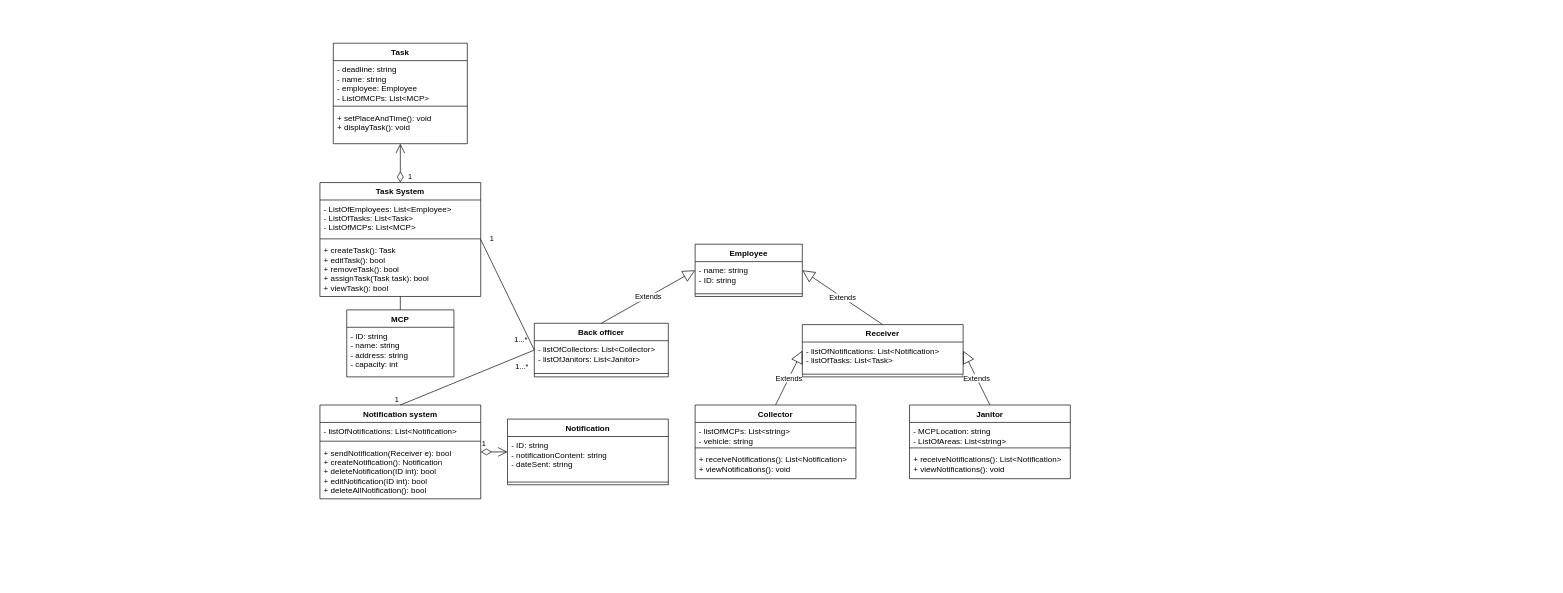
The draw.io diagram page "Task 2.3" (3 of 3) of task2.drawio in thuankhangho/btl-cnpm, before the edit. Source tidied: cells renumbered, new cells numbered last; positions are measured from the earlier drawing's top-left corner, leaving out a move shared by most shapes. Both pictures are drawn from the tidied source at 67%, with x=0, y=0 at pixel (320, 16).
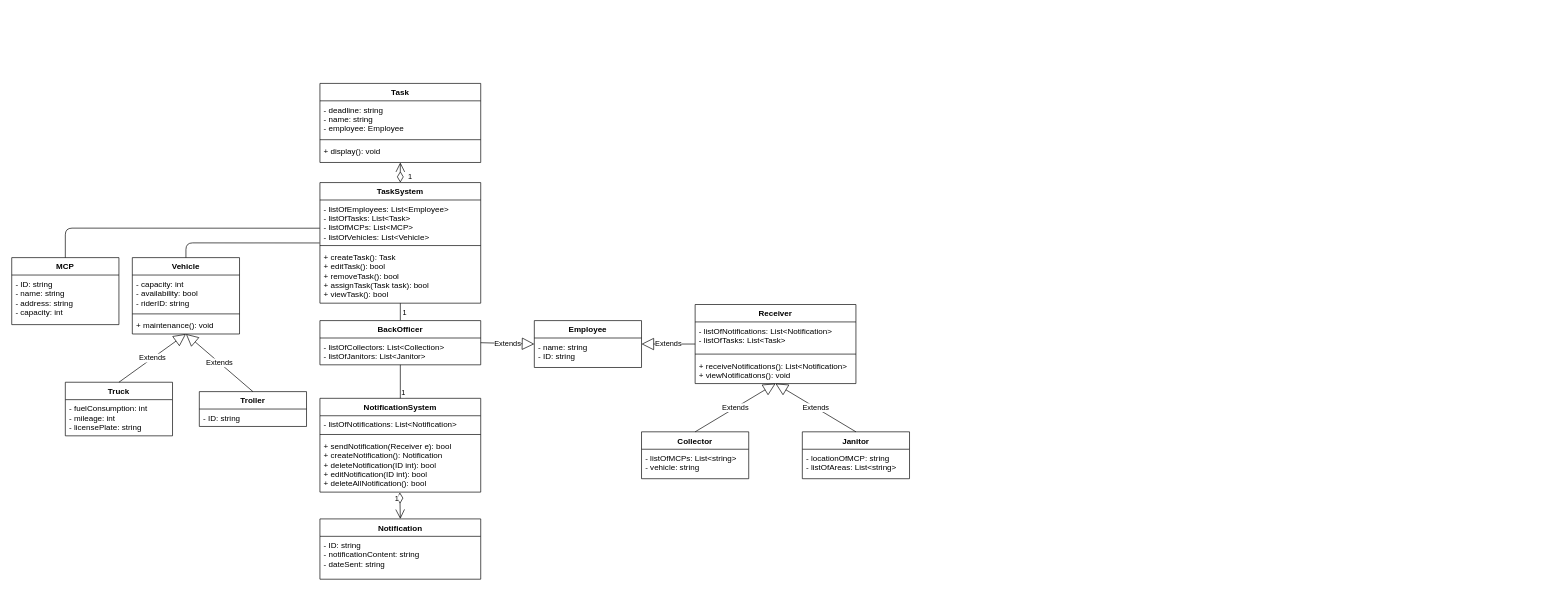
Above is the later version.

Unchanged cells that the change refers to:
```xml
<mxCell id="15" value="- name: string&#10;- ID: string" style="text;strokeColor=none;fillColor=none;align=left;verticalAlign=top;spacingLeft=4;spacingRight=4;overflow=hidden;points=[[0,0.5],[1,0.5]];portConstraint=eastwest;" parent="13" vertex="1">
  <mxGeometry y="26" width="160" height="44" as="geometry" />
</mxCell>
<mxCell id="43" value="+ sendNotification(Receiver e): bool&#10;+ createNotification(): Notification&#10;+ deleteNotification(ID int): bool&#10;+ editNotification(ID int): bool&#10;+ deleteAllNotification(): bool" style="text;strokeColor=none;fillColor=none;align=left;verticalAlign=top;spacingLeft=4;spacingRight=4;overflow=hidden;points=[[0,0.5],[1,0.5]];portConstraint=eastwest;" parent="40" vertex="1">
  <mxGeometry y="58" width="240" height="82" as="geometry" />
</mxCell>
```

Diff of the diagram source:
```diff
@@
     <mxCell id="2" value="Collector" style="swimlane;fontStyle=1;align=center;verticalAlign=top;horizontal=1;startSize=26;" parent="1" vertex="1">
-      <mxGeometry x="560" y="580" width="240" height="110" as="geometry" />
+      <mxGeometry x="480" y="620" width="160" height="70" as="geometry" />
     </mxCell>
     <mxCell id="3" value="- listOfMCPs: List&lt;string&gt;&#10;- vehicle: string" style="text;strokeColor=none;fillColor=none;align=left;verticalAlign=top;spacingLeft=4;spacingRight=4;overflow=hidden;" parent="2" vertex="1">
-      <mxGeometry y="26" width="240" height="34" as="geometry" />
+      <mxGeometry y="26" width="160" height="44" as="geometry" />
     </mxCell>
-    <mxCell id="4" style="line;strokeWidth=1;fillColor=none;align=left;verticalAlign=middle;spacingTop=-1;spacingLeft=3;spacingRight=3;labelPosition=right;" parent="2" vertex="1">
-      <mxGeometry y="60" width="240" height="8" as="geometry" />
-    </mxCell>
-    <mxCell id="5" value="+ receiveNotifications(): List&lt;Notification&gt;&#10;+ viewNotifications(): void" style="text;strokeColor=none;fillColor=none;align=left;verticalAlign=top;spacingLeft=4;spacingRight=4;overflow=hidden;" parent="2" vertex="1">
-      <mxGeometry y="68" width="240" height="42" as="geometry" />
-    </mxCell>
     <mxCell id="6" value="Janitor" style="swimlane;fontStyle=1;align=center;verticalAlign=top;horizontal=1;startSize=26;" parent="1" vertex="1">
-      <mxGeometry x="880" y="580" width="240" height="110" as="geometry" />
+      <mxGeometry x="720" y="620" width="160" height="70" as="geometry" />
     </mxCell>
-    <mxCell id="7" value="- MCPLocation: string&#10;- ListOfAreas: List&lt;string&gt;" style="text;strokeColor=none;fillColor=none;align=left;verticalAlign=top;spacingLeft=4;spacingRight=4;overflow=hidden;" parent="6" vertex="1">
-      <mxGeometry y="26" width="240" height="34" as="geometry" />
+    <mxCell id="7" value="- locationOfMCP: string&#10;- listOfAreas: List&lt;string&gt;" style="text;strokeColor=none;fillColor=none;align=left;verticalAlign=top;spacingLeft=4;spacingRight=4;overflow=hidden;" parent="6" vertex="1">
+      <mxGeometry y="26" width="160" height="44" as="geometry" />
     </mxCell>
-    <mxCell id="8" style="line;strokeWidth=1;fillColor=none;align=left;verticalAlign=middle;spacingTop=-1;spacingLeft=3;spacingRight=3;labelPosition=right;" parent="6" vertex="1">
-      <mxGeometry y="60" width="240" height="8" as="geometry" />
-    </mxCell>
-    <mxCell id="9" value="+ receiveNotifications(): List&lt;Notification&gt;&#10;+ viewNotifications(): void" style="text;strokeColor=none;fillColor=none;align=left;verticalAlign=top;spacingLeft=4;spacingRight=4;overflow=hidden;" parent="6" vertex="1">
-      <mxGeometry y="68" width="240" height="42" as="geometry" />
-    </mxCell>
-    <mxCell id="10" value="Back officer" style="swimlane;fontStyle=1;align=center;verticalAlign=top;horizontal=1;startSize=26;" parent="1" vertex="1">
-      <mxGeometry x="320" y="458" width="200" height="80" as="geometry" />
-    </mxCell>
-    <mxCell id="11" value="- listOfCollectors: List&lt;Collector&gt;&#10;- listOfJanitors: List&lt;Janitor&gt;" style="text;strokeColor=none;fillColor=none;align=left;verticalAlign=top;spacingLeft=4;spacingRight=4;overflow=hidden;" parent="10" vertex="1">
-      <mxGeometry y="26" width="200" height="44" as="geometry" />
-    </mxCell>
-    <mxCell id="12" style="line;strokeWidth=1;fillColor=none;align=left;verticalAlign=middle;spacingTop=-1;spacingLeft=3;spacingRight=3;labelPosition=right;" parent="10" vertex="1">
-      <mxGeometry y="70" width="200" height="10" as="geometry" />
-    </mxCell>
     <mxCell id="13" value="Employee" style="swimlane;fontStyle=1;align=center;verticalAlign=top;horizontal=1;startSize=26;" parent="1" vertex="1">
-      <mxGeometry x="560" y="340" width="160" height="78" as="geometry" />
+      <mxGeometry x="320" y="454" width="160" height="70" as="geometry" />
     </mxCell>
-    <mxCell id="14" style="edgeStyle=none;html=1;exitX=1;exitY=0.5;exitDx=0;exitDy=0;" parent="13" edge="1" source="15">
+    <mxCell id="14" style="edgeStyle=none;html=1;exitX=1;exitY=0.5;exitDx=0;exitDy=0;" parent="13" edge="1">
       <mxGeometry relative="1" as="geometry">
-        <mxPoint x="160.7" y="48" as="targetPoint" />
+        <mxPoint x="140" y="48" as="sourcePoint" />
+        <mxPoint x="140.7" y="48" as="targetPoint" />
       </mxGeometry>
     </mxCell>
@@
-    <mxCell id="16" style="line;strokeWidth=1;fillColor=none;align=left;verticalAlign=middle;spacingTop=-1;spacingLeft=3;spacingRight=3;labelPosition=right;" parent="13" vertex="1">
-      <mxGeometry y="70" width="160" height="8" as="geometry" />
-    </mxCell>
-    <mxCell id="17" value="Extends" style="endArrow=block;endSize=16;endFill=0;html=1;exitX=0.5;exitY=0;exitDx=0;exitDy=0;entryX=0;entryY=0.5;entryDx=0;entryDy=0;" parent="1" edge="1" source="10" target="13">
+    <mxCell id="17" value="Extends" style="endArrow=block;endSize=16;endFill=0;html=1;exitX=1;exitY=0.5;exitDx=0;exitDy=0;entryX=0;entryY=0.5;entryDx=0;entryDy=0;" parent="1" edge="1" source="62" target="13">
       <mxGeometry relative="1" as="geometry" />
     </mxCell>
-    <mxCell id="18" value="Receiver" style="swimlane;fontStyle=1;align=center;verticalAlign=top;horizontal=1;startSize=26;" parent="1" vertex="1">
-      <mxGeometry x="720" y="460" width="240" height="78" as="geometry" />
-    </mxCell>
-    <mxCell id="19" value="- listOfNotifications: List&lt;Notification&gt;&#10;- listOfTasks: List&lt;Task&gt;" style="text;strokeColor=none;fillColor=none;align=left;verticalAlign=top;spacingLeft=4;spacingRight=4;overflow=hidden;" parent="18" vertex="1">
-      <mxGeometry y="26" width="240" height="44" as="geometry" />
-    </mxCell>
-    <mxCell id="20" style="line;strokeWidth=1;fillColor=none;align=left;verticalAlign=middle;spacingTop=-1;spacingLeft=3;spacingRight=3;labelPosition=right;" parent="18" vertex="1">
-      <mxGeometry y="70" width="240" height="8" as="geometry" />
-    </mxCell>
-    <mxCell id="21" value="Extends" style="endArrow=block;endSize=16;endFill=0;html=1;exitX=0.5;exitY=0;exitDx=0;exitDy=0;entryX=1;entryY=0.5;entryDx=0;entryDy=0;" parent="1" edge="1" source="18" target="13">
+    <mxCell id="21" value="Extends" style="endArrow=block;endSize=16;endFill=0;html=1;entryX=1;entryY=0.5;entryDx=0;entryDy=0;exitX=0;exitY=0.5;exitDx=0;exitDy=0;" parent="1" edge="1" source="18" target="13">
       <mxGeometry relative="1" as="geometry" />
     </mxCell>
-    <mxCell id="22" value="Extends" style="endArrow=block;endSize=16;endFill=0;html=1;exitX=0.5;exitY=0;exitDx=0;exitDy=0;entryX=0;entryY=0.5;entryDx=0;entryDy=0;" parent="1" edge="1" source="2" target="18">
+    <mxCell id="22" value="Extends" style="endArrow=block;endSize=16;endFill=0;html=1;exitX=0.5;exitY=0;exitDx=0;exitDy=0;entryX=0.5;entryY=1;entryDx=0;entryDy=0;" parent="1" edge="1" source="2" target="18">
       <mxGeometry relative="1" as="geometry" />
     </mxCell>
-    <mxCell id="23" value="Extends" style="endArrow=block;endSize=16;endFill=0;html=1;exitX=0.5;exitY=0;exitDx=0;exitDy=0;entryX=1;entryY=0.5;entryDx=0;entryDy=0;" parent="1" edge="1" source="6" target="18">
+    <mxCell id="23" value="Extends" style="endArrow=block;endSize=16;endFill=0;html=1;exitX=0.5;exitY=0;exitDx=0;exitDy=0;entryX=0.5;entryY=1;entryDx=0;entryDy=0;" parent="1" edge="1" source="6" target="18">
       <mxGeometry relative="1" as="geometry" />
     </mxCell>
     <mxCell id="24" value="Task" style="swimlane;fontStyle=1;align=center;verticalAlign=top;horizontal=1;startSize=26;" parent="1" vertex="1">
-      <mxGeometry x="20" y="40" width="200" height="150" as="geometry" />
+      <mxGeometry y="100" width="240" height="118" as="geometry" />
     </mxCell>
-    <mxCell id="25" value="- deadline: string&#10;- name: string&#10;- employee: Employee&#10;- ListOfMCPs: List&lt;MCP&gt;" style="text;strokeColor=none;fillColor=none;align=left;verticalAlign=top;spacingLeft=4;spacingRight=4;overflow=hidden;" parent="24" vertex="1">
-      <mxGeometry y="26" width="200" height="64" as="geometry" />
+    <mxCell id="25" value="- deadline: string&#10;- name: string&#10;- employee: Employee" style="text;strokeColor=none;fillColor=none;align=left;verticalAlign=top;spacingLeft=4;spacingRight=4;overflow=hidden;" parent="24" vertex="1">
+      <mxGeometry y="26" width="240" height="54" as="geometry" />
     </mxCell>
     <mxCell id="26" style="line;strokeWidth=1;fillColor=none;align=left;verticalAlign=middle;spacingTop=-1;spacingLeft=3;spacingRight=3;labelPosition=right;" parent="24" vertex="1">
-      <mxGeometry y="90" width="200" height="8" as="geometry" />
+      <mxGeometry y="80" width="240" height="8" as="geometry" />
     </mxCell>
-    <mxCell id="27" value="+ setPlaceAndTime(): void&#10;+ displayTask(): void" style="text;strokeColor=none;fillColor=none;align=left;verticalAlign=top;spacingLeft=4;spacingRight=4;overflow=hidden;" parent="24" vertex="1">
-      <mxGeometry y="98" width="200" height="52" as="geometry" />
+    <mxCell id="27" value="+ display(): void&#10;" style="text;strokeColor=none;fillColor=none;align=left;verticalAlign=top;spacingLeft=4;spacingRight=4;overflow=hidden;" parent="24" vertex="1">
+      <mxGeometry y="88" width="240" height="30" as="geometry" />
     </mxCell>
     <mxCell id="28" value="MCP" style="swimlane;fontStyle=1;horizontal=1;startSize=26;fillColor=none;" parent="1" vertex="1">
-      <mxGeometry x="40" y="438" width="160" height="100" as="geometry" />
+      <mxGeometry x="-460" y="360" width="160" height="100" as="geometry" />
     </mxCell>
@@
-    <mxCell id="30" value="Task System" style="swimlane;fontStyle=1;align=center;verticalAlign=top;horizontal=1;startSize=26;" parent="1" vertex="1">
-      <mxGeometry y="248" width="240" height="170" as="geometry" />
+    <mxCell id="30" value="TaskSystem" style="swimlane;fontStyle=1;align=center;verticalAlign=top;horizontal=1;startSize=26;" parent="1" vertex="1">
+      <mxGeometry y="248" width="240" height="180" as="geometry" />
     </mxCell>
-    <mxCell id="31" value="- ListOfEmployees: List&lt;Employee&gt;&#10;- ListOfTasks: List&lt;Task&gt;&#10;- ListOfMCPs: List&lt;MCP&gt;" style="text;strokeColor=none;fillColor=none;align=left;verticalAlign=top;spacingLeft=4;spacingRight=4;overflow=hidden;points=[[0,0.5],[1,0.5]];portConstraint=eastwest;" parent="30" vertex="1">
-      <mxGeometry y="26" width="240" height="54" as="geometry" />
+    <mxCell id="31" value="- listOfEmployees: List&lt;Employee&gt;&#10;- listOfTasks: List&lt;Task&gt;&#10;- listOfMCPs: List&lt;MCP&gt;&#10;- listOfVehicles: List&lt;Vehicle&gt;" style="text;strokeColor=none;fillColor=none;align=left;verticalAlign=top;spacingLeft=4;spacingRight=4;overflow=hidden;points=[[0,0.5],[1,0.5]];portConstraint=eastwest;" parent="30" vertex="1">
+      <mxGeometry y="26" width="240" height="64" as="geometry" />
     </mxCell>
     <mxCell id="32" style="line;strokeWidth=1;fillColor=none;align=left;verticalAlign=middle;spacingTop=-1;spacingLeft=3;spacingRight=3;labelPosition=right;" parent="30" vertex="1">
-      <mxGeometry y="80" width="240" height="8" as="geometry" />
+      <mxGeometry y="90" width="240" height="8" as="geometry" />
     </mxCell>
     <mxCell id="33" value="+ createTask(): Task&#10;+ editTask(): bool&#10;+ removeTask(): bool&#10;+ assignTask(Task task): bool&#10;+ viewTask(): bool" style="text;strokeColor=none;fillColor=none;align=left;verticalAlign=top;spacingLeft=4;spacingRight=4;overflow=hidden;" parent="30" vertex="1">
-      <mxGeometry y="88" width="240" height="82" as="geometry" />
+      <mxGeometry y="98" width="240" height="82" as="geometry" />
     </mxCell>
-    <mxCell id="34" style="endArrow=none;html=1;exitX=0.5;exitY=0;exitDx=0;exitDy=0;entryX=0.5;entryY=1;entryDx=0;entryDy=0;" parent="1" edge="1" source="28" target="30">
-      <mxGeometry relative="1" as="geometry" />
+    <mxCell id="34" style="endArrow=none;html=1;exitX=0.5;exitY=0;exitDx=0;exitDy=0;entryX=-0.001;entryY=0.658;entryDx=0;entryDy=0;entryPerimeter=0;" parent="1" edge="1" source="28" target="31">
+      <mxGeometry relative="1" as="geometry">
+        <Array as="points">
+          <mxPoint x="-380" y="316" />
+        </Array>
+      </mxGeometry>
     </mxCell>
-    <mxCell id="35" style="endArrow=classic;html=1;strokeColor=none;" parent="1" edge="1">
-      <mxGeometry relative="1" as="geometry">
-        <mxPoint x="1780" y="50" as="sourcePoint" />
-        <mxPoint x="1830" as="targetPoint" />
-      </mxGeometry>
-    </mxCell>
@@
     <mxCell id="37" value="Notification" style="swimlane;fontStyle=1;align=center;verticalAlign=top;horizontal=1;startSize=26;" parent="1" vertex="1">
-      <mxGeometry x="280" y="601" width="240" height="98" as="geometry" />
+      <mxGeometry y="750" width="240" height="90" as="geometry" />
     </mxCell>
@@
-    <mxCell id="39" style="line;strokeWidth=1;fillColor=none;align=left;verticalAlign=middle;spacingTop=-1;spacingLeft=3;spacingRight=3;labelPosition=right;" parent="37" vertex="1">
-      <mxGeometry y="90" width="240" height="8" as="geometry" />
-    </mxCell>
-    <mxCell id="40" value="Notification system" style="swimlane;fontStyle=1;align=center;verticalAlign=top;horizontal=1;startSize=26;" parent="1" vertex="1">
-      <mxGeometry y="580" width="240" height="140" as="geometry" />
+    <mxCell id="40" value="NotificationSystem" style="swimlane;fontStyle=1;align=center;verticalAlign=top;horizontal=1;startSize=26;" parent="1" vertex="1">
+      <mxGeometry y="570" width="240" height="140" as="geometry" />
     </mxCell>
@@
-    <mxCell id="44" value="1" style="endArrow=open;html=1;endSize=12;startArrow=diamondThin;startSize=14;startFill=0;align=left;verticalAlign=bottom;exitX=1;exitY=0.5;exitDx=0;exitDy=0;entryX=0;entryY=0.5;entryDx=0;entryDy=0;" parent="1" edge="1" source="40" target="37">
-      <mxGeometry x="-1" y="3" relative="1" as="geometry" />
+    <mxCell id="44" value="1" style="endArrow=open;html=1;endSize=12;startArrow=diamondThin;startSize=14;startFill=0;align=left;verticalAlign=bottom;entryX=0.5;entryY=0;entryDx=0;entryDy=0;exitX=0.497;exitY=1.006;exitDx=0;exitDy=0;exitPerimeter=0;" parent="1" edge="1" source="43" target="37">
+      <mxGeometry x="-0.11" y="-10" relative="1" as="geometry" />
     </mxCell>
-    <mxCell id="45" style="endArrow=none;html=1;exitX=0.5;exitY=0;exitDx=0;exitDy=0;entryX=0;entryY=0.5;entryDx=0;entryDy=0;" parent="1" edge="1" source="40" target="10">
+    <mxCell id="45" style="endArrow=none;html=1;exitX=0.5;exitY=0;exitDx=0;exitDy=0;entryX=0.5;entryY=1;entryDx=0;entryDy=0;" parent="1" edge="1" source="40" target="62">
       <mxGeometry relative="1" as="geometry" />
     </mxCell>
     <mxCell id="46" value="1" style="edgeLabel;html=1;align=left;verticalAlign=bottom;" parent="45" vertex="1">
-      <mxGeometry x="-1" relative="1" as="geometry">
-        <mxPoint x="-10" as="offset" />
-      </mxGeometry>
+      <mxGeometry x="-1" relative="1" as="geometry" />
     </mxCell>
-    <mxCell id="47" value="1...*" style="edgeLabel;html=1;align=right;verticalAlign=bottom;" parent="45" vertex="1">
-      <mxGeometry x="1" relative="1" as="geometry">
-        <mxPoint x="-10" y="-8" as="offset" />
-      </mxGeometry>
-    </mxCell>
+    <mxCell id="51" value="Vehicle" style="swimlane;fontStyle=1;align=center;verticalAlign=top;horizontal=1;startSize=26;" parent="1" vertex="1">
+      <mxGeometry x="-280" y="360" width="160" height="114" as="geometry" />
+    </mxCell>
+    <mxCell id="52" value="- capacity: int&#10;- availability: bool&#10;- riderID: string" style="text;strokeColor=none;fillColor=none;align=left;verticalAlign=top;spacingLeft=4;spacingRight=4;overflow=hidden;" parent="51" vertex="1">
+      <mxGeometry y="26" width="160" height="54" as="geometry" />
+    </mxCell>
+    <mxCell id="53" style="line;strokeWidth=1;fillColor=none;align=left;verticalAlign=middle;spacingTop=-1;spacingLeft=3;spacingRight=3;labelPosition=right;" parent="51" vertex="1">
+      <mxGeometry y="80" width="160" height="8" as="geometry" />
+    </mxCell>
+    <mxCell id="54" value="+ maintenance(): void" style="text;strokeColor=none;fillColor=none;align=left;verticalAlign=top;spacingLeft=4;spacingRight=4;overflow=hidden;" parent="51" vertex="1">
+      <mxGeometry y="88" width="160" height="26" as="geometry" />
+    </mxCell>
+    <mxCell id="55" value="Truck" style="swimlane;fontStyle=1;align=center;verticalAlign=top;horizontal=1;startSize=26;" parent="1" vertex="1">
+      <mxGeometry x="-380" y="546" width="160" height="80" as="geometry" />
+    </mxCell>
+    <mxCell id="56" value="- fuelConsumption: int&#10;- mileage: int&#10;- licensePlate: string" style="text;strokeColor=none;fillColor=none;align=left;verticalAlign=top;spacingLeft=4;spacingRight=4;overflow=hidden;" parent="55" vertex="1">
+      <mxGeometry y="26" width="160" height="54" as="geometry" />
+    </mxCell>
+    <mxCell id="57" value="Troller" style="swimlane;fontStyle=1;align=center;verticalAlign=top;horizontal=1;startSize=26;" parent="1" vertex="1">
+      <mxGeometry x="-180" y="560" width="160" height="52" as="geometry" />
+    </mxCell>
+    <mxCell id="58" value="- ID: string" style="text;strokeColor=none;fillColor=none;align=left;verticalAlign=top;spacingLeft=4;spacingRight=4;overflow=hidden;" parent="57" vertex="1">
+      <mxGeometry y="26" width="160" height="26" as="geometry" />
+    </mxCell>
+    <mxCell id="59" value="Extends" style="endArrow=block;endSize=16;endFill=0;html=1;exitX=0.5;exitY=0;exitDx=0;exitDy=0;entryX=0.5;entryY=1;entryDx=0;entryDy=0;" parent="1" edge="1" source="55" target="51">
+      <mxGeometry relative="1" as="geometry" />
+    </mxCell>
+    <mxCell id="60" value="Extends" style="endArrow=block;endSize=16;endFill=0;html=1;exitX=0.5;exitY=0;exitDx=0;exitDy=0;entryX=0.5;entryY=1;entryDx=0;entryDy=0;" parent="1" edge="1" source="57" target="51">
+      <mxGeometry relative="1" as="geometry" />
+    </mxCell>
+    <mxCell id="61" style="edgeStyle=none;html=1;entryX=0.5;entryY=0;entryDx=0;entryDy=0;endArrow=none;endFill=0;exitX=-0.002;exitY=1.002;exitDx=0;exitDy=0;exitPerimeter=0;" parent="1" edge="1" source="31" target="51">
+      <mxGeometry relative="1" as="geometry">
+        <Array as="points">
+          <mxPoint x="-200" y="338" />
+        </Array>
+      </mxGeometry>
+    </mxCell>
-    <mxCell id="48" style="endArrow=none;html=1;entryX=1;entryY=0.5;entryDx=0;entryDy=0;exitX=0;exitY=0.5;exitDx=0;exitDy=0;" parent="1" edge="1" source="10" target="30">
+    <mxCell id="48" style="endArrow=none;html=1;entryX=0.5;entryY=1;entryDx=0;entryDy=0;exitX=0.5;exitY=0;exitDx=0;exitDy=0;" parent="1" edge="1" source="62" target="30">
       <mxGeometry relative="1" as="geometry" />
     </mxCell>
-    <mxCell id="49" value="1...*" style="edgeLabel;html=1;align=left;verticalAlign=bottom;" parent="48" vertex="1">
-      <mxGeometry x="-1" relative="1" as="geometry">
-        <mxPoint x="-30" y="32" as="offset" />
-      </mxGeometry>
-    </mxCell>
     <mxCell id="50" value="1" style="edgeLabel;html=1;align=right;verticalAlign=bottom;" parent="48" vertex="1">
       <mxGeometry x="1" relative="1" as="geometry">
-        <mxPoint x="20" y="7" as="offset" />
+        <mxPoint x="10" y="22" as="offset" />
       </mxGeometry>
     </mxCell>
+    <mxCell id="62" value="BackOfficer" style="swimlane;fontStyle=1;align=center;verticalAlign=top;horizontal=1;startSize=26;" parent="1" vertex="1">
+      <mxGeometry y="454" width="240" height="66" as="geometry" />
+    </mxCell>
+    <mxCell id="63" style="edgeStyle=none;html=1;exitX=1;exitY=0.5;exitDx=0;exitDy=0;" parent="62" edge="1">
+      <mxGeometry relative="1" as="geometry">
+        <mxPoint x="140" y="48" as="sourcePoint" />
+        <mxPoint x="140.7" y="48" as="targetPoint" />
+      </mxGeometry>
+    </mxCell>
+    <mxCell id="11" value="- listOfCollectors: List&lt;Collection&gt;&#10;- listOfJanitors: List&lt;Janitor&gt;" style="text;strokeColor=none;fillColor=none;align=left;verticalAlign=top;spacingLeft=4;spacingRight=4;overflow=hidden;" parent="62" vertex="1">
+      <mxGeometry y="26" width="240" height="40" as="geometry" />
+    </mxCell>
+    <mxCell id="18" value="Receiver" style="swimlane;fontStyle=1;align=center;verticalAlign=top;horizontal=1;startSize=26;" parent="1" vertex="1">
+      <mxGeometry x="560" y="430" width="240" height="118" as="geometry" />
+    </mxCell>
+    <mxCell id="19" value="- listOfNotifications: List&lt;Notification&gt;&#10;- listOfTasks: List&lt;Task&gt;" style="text;strokeColor=none;fillColor=none;align=left;verticalAlign=top;spacingLeft=4;spacingRight=4;overflow=hidden;" parent="18" vertex="1">
+      <mxGeometry y="26" width="240" height="44" as="geometry" />
+    </mxCell>
+    <mxCell id="20" style="line;strokeWidth=1;fillColor=none;align=left;verticalAlign=middle;spacingTop=-1;spacingLeft=3;spacingRight=3;labelPosition=right;" parent="18" vertex="1">
+      <mxGeometry y="70" width="240" height="8" as="geometry" />
+    </mxCell>
+    <mxCell id="64" value="+ receiveNotifications(): List&lt;Notification&gt;&#10;+ viewNotifications(): void" style="text;strokeColor=none;fillColor=none;align=left;verticalAlign=top;spacingLeft=4;spacingRight=4;overflow=hidden;" parent="18" vertex="1">
+      <mxGeometry y="78" width="240" height="40" as="geometry" />
+    </mxCell>
```
